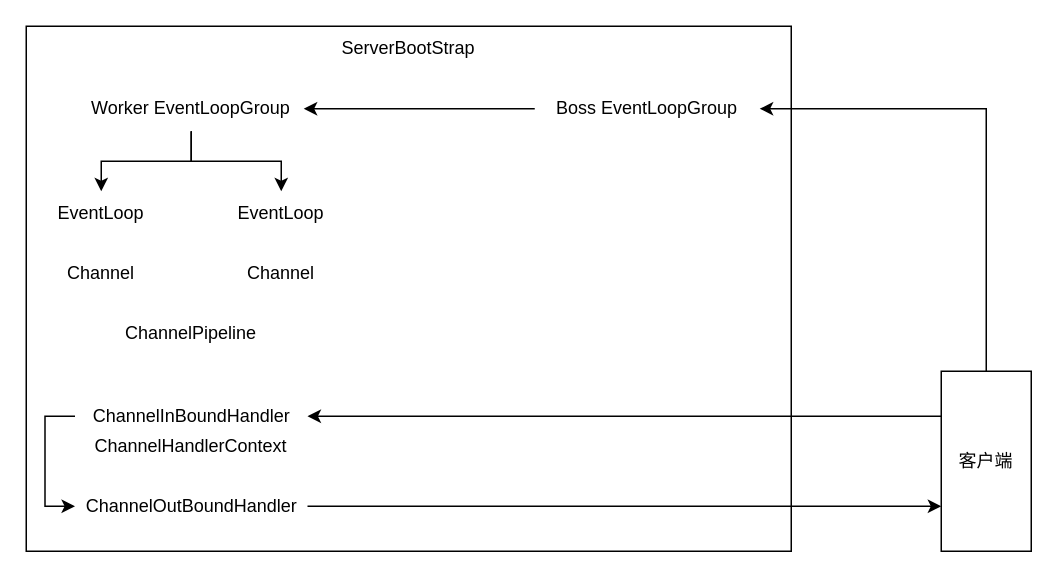
This is Netty.drawio from 1155200424/diagrams, a draw.io file, before an edit. Source tidied: cells renumbered, new cells numbered last; positions are measured from the earlier drawing's top-left corner, leaving out a move shared by most shapes. Both pictures are drawn from the tidied source at 150%, with x=0, y=0 at pixel (26, 26).
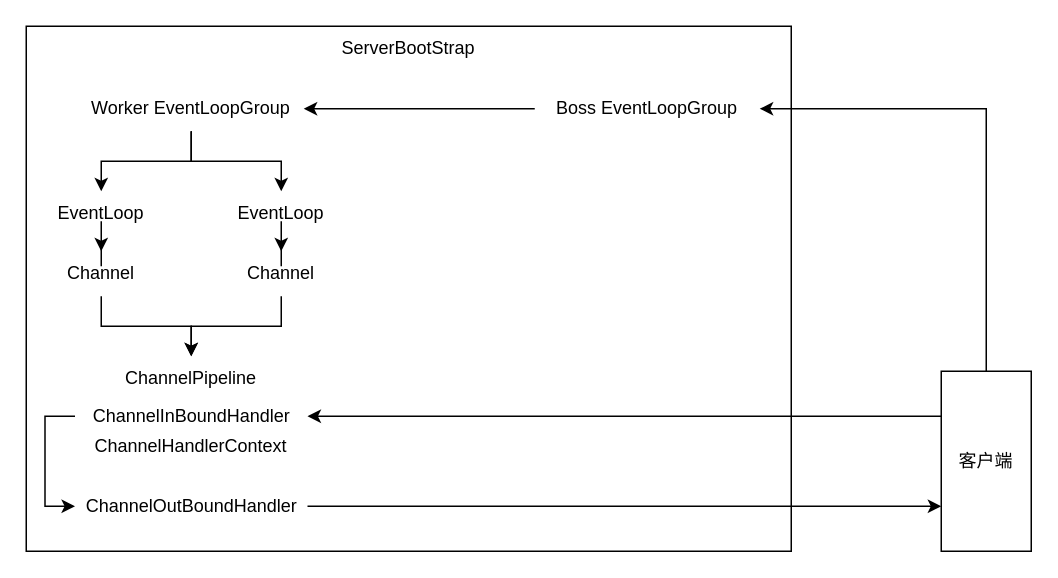
The same page after the edit.

The change refers to these unchanged cells:
```xml
<mxCell id="12" value="EventLoop" style="text;html=1;align=center;verticalAlign=middle;whiteSpace=wrap;rounded=0;" parent="1" vertex="1">
  <mxGeometry y="110" width="100" height="30" as="geometry" />
</mxCell>
<mxCell id="13" value="EventLoop" style="text;html=1;align=center;verticalAlign=middle;whiteSpace=wrap;rounded=0;" parent="1" vertex="1">
  <mxGeometry x="120" y="110" width="100" height="30" as="geometry" />
</mxCell>
<mxCell id="14" value="Channel" style="text;html=1;align=center;verticalAlign=middle;whiteSpace=wrap;rounded=0;" parent="1" vertex="1">
  <mxGeometry x="20" y="150" width="60" height="30" as="geometry" />
</mxCell>
<mxCell id="15" value="Channel" style="text;html=1;align=center;verticalAlign=middle;whiteSpace=wrap;rounded=0;" parent="1" vertex="1">
  <mxGeometry x="140" y="150" width="60" height="30" as="geometry" />
</mxCell>
```

What changed in the source:
```diff
@@
+    <mxCell id="22" style="edgeStyle=orthogonalEdgeStyle;rounded=0;jettySize=auto;html=1;exitX=0.5;exitY=1;exitDx=0;exitDy=0;" parent="1" edge="1" source="12" target="14">
+      <mxGeometry relative="1" as="geometry" />
+    </mxCell>
@@
+    <mxCell id="23" style="edgeStyle=orthogonalEdgeStyle;rounded=0;jettySize=auto;html=1;exitX=0.5;exitY=1;exitDx=0;exitDy=0;" parent="1" edge="1" source="13" target="15">
+      <mxGeometry relative="1" as="geometry" />
+    </mxCell>
@@
+    <mxCell id="24" style="edgeStyle=orthogonalEdgeStyle;rounded=0;jettySize=auto;html=1;exitX=0.5;exitY=1;exitDx=0;exitDy=0;entryX=0.5;entryY=0;entryDx=0;entryDy=0;" parent="1" edge="1" source="14" target="16">
+      <mxGeometry relative="1" as="geometry" />
+    </mxCell>
@@
+    <mxCell id="25" style="edgeStyle=orthogonalEdgeStyle;rounded=0;jettySize=auto;html=1;exitX=0.5;exitY=1;exitDx=0;exitDy=0;" parent="1" edge="1" source="15" target="16">
+      <mxGeometry relative="1" as="geometry" />
+    </mxCell>
@@
     <mxCell id="16" value="ChannelPipeline" style="text;html=1;align=center;verticalAlign=middle;whiteSpace=wrap;rounded=0;" parent="1" vertex="1">
-      <mxGeometry x="55" y="190" width="110" height="30" as="geometry" />
+      <mxGeometry x="55" y="220" width="110" height="30" as="geometry" />
     </mxCell>
```
